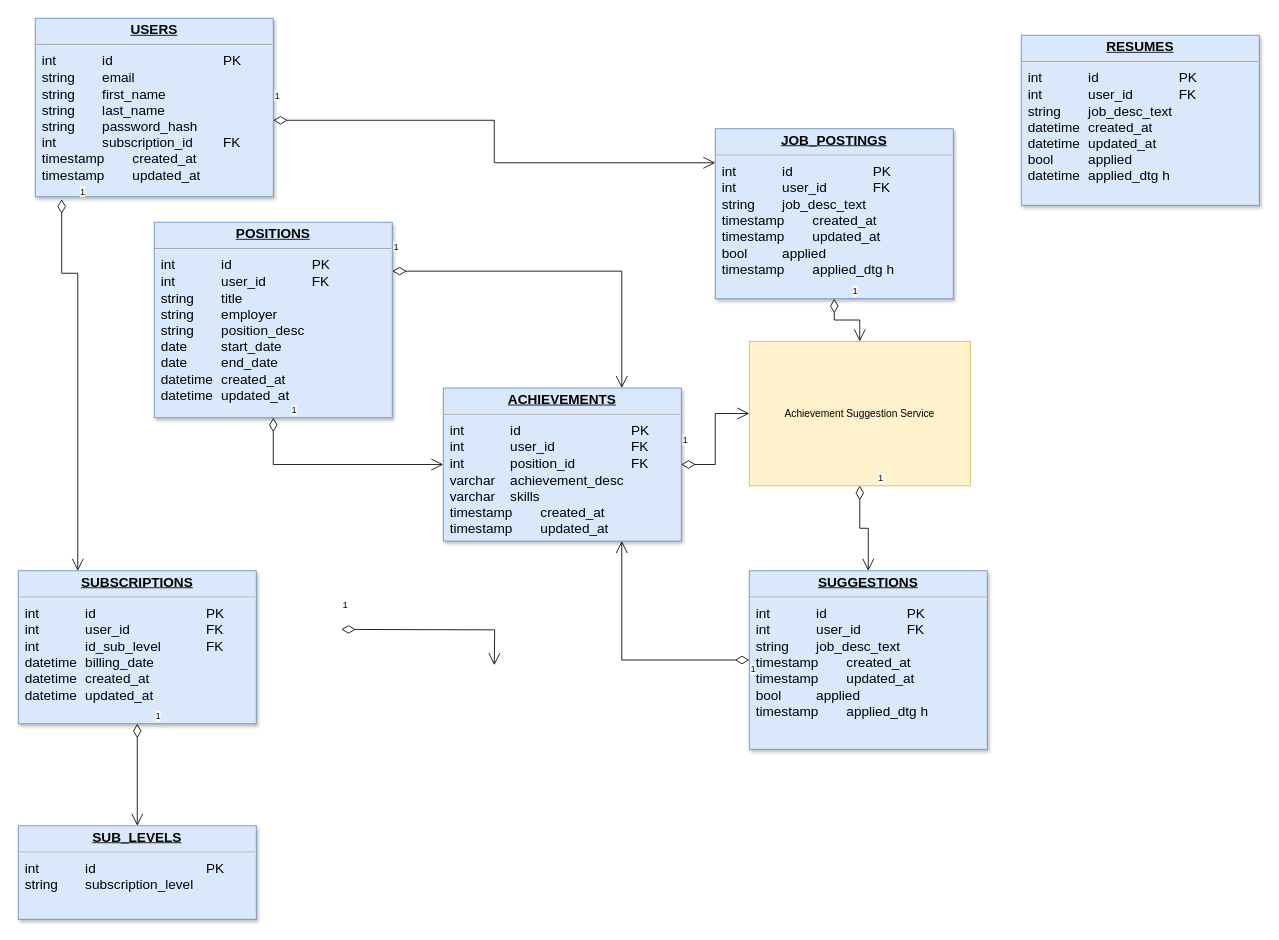
Earlier version of the draw.io diagram resume_builder.drawio (weldon0405/database_schemas). Source tidied: cells renumbered, new cells numbered last; positions are measured from the earlier drawing's top-left corner, leaving out a move shared by most shapes. Both pictures are drawn from the tidied source at 85%, with x=0, y=0 at pixel (18, 18).
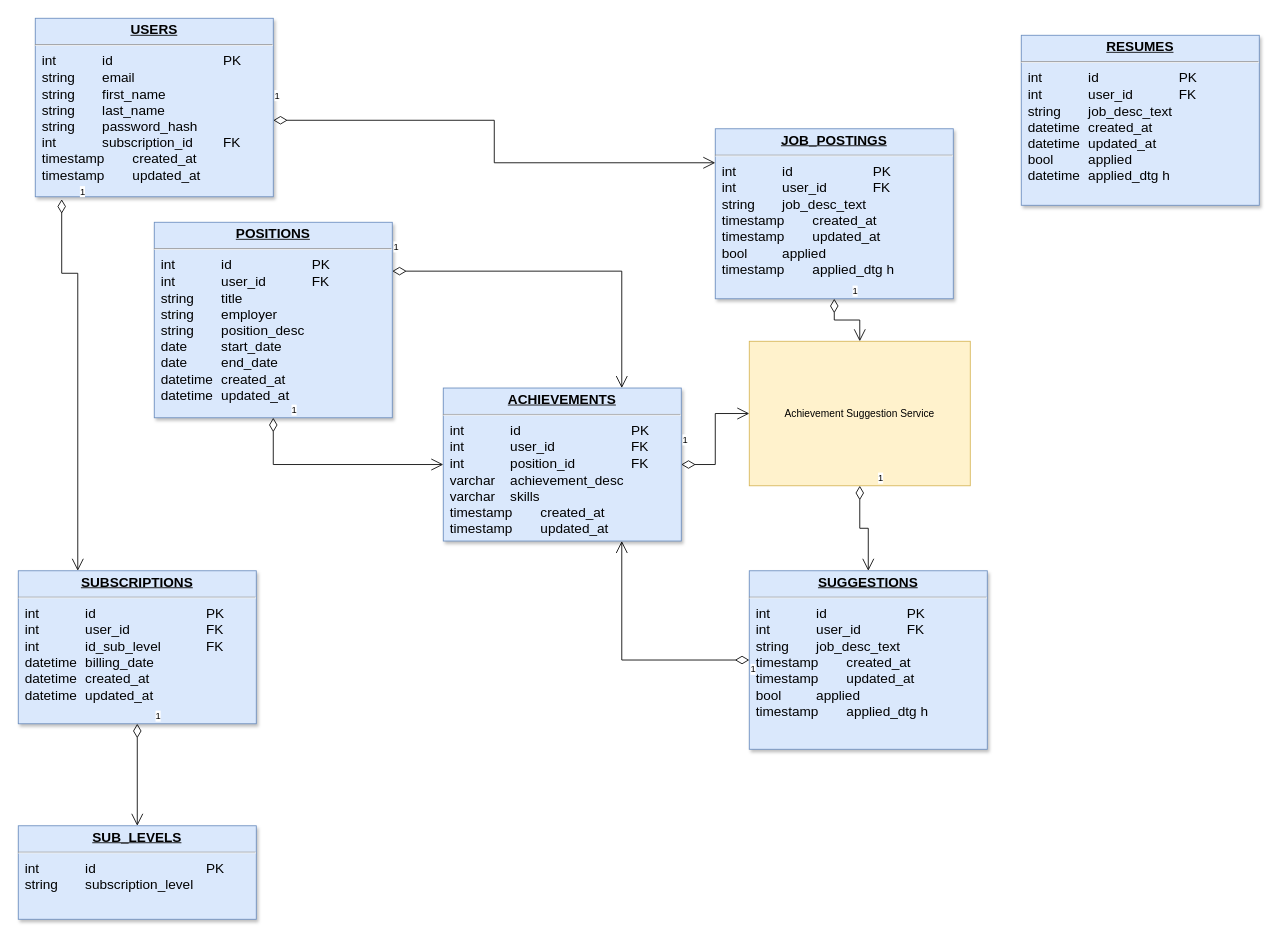
The same page after the edit.

What changed in the source:
```diff
@@
-    <mxCell id="19" value="1" style="endArrow=open;html=1;endSize=12;startArrow=diamondThin;startSize=14;startFill=0;edgeStyle=orthogonalEdgeStyle;align=left;verticalAlign=bottom;rounded=0;exitX=1;exitY=0.75;exitDx=0;exitDy=0;entryX=0.5;entryY=0;entryDx=0;entryDy=0;" parent="1" edge="1">
-      <mxGeometry x="-1" y="20" relative="1" as="geometry">
-        <mxPoint x="380" y="719" as="sourcePoint" />
-        <mxPoint x="560" y="761" as="targetPoint" />
-      </mxGeometry>
-    </mxCell>
```
